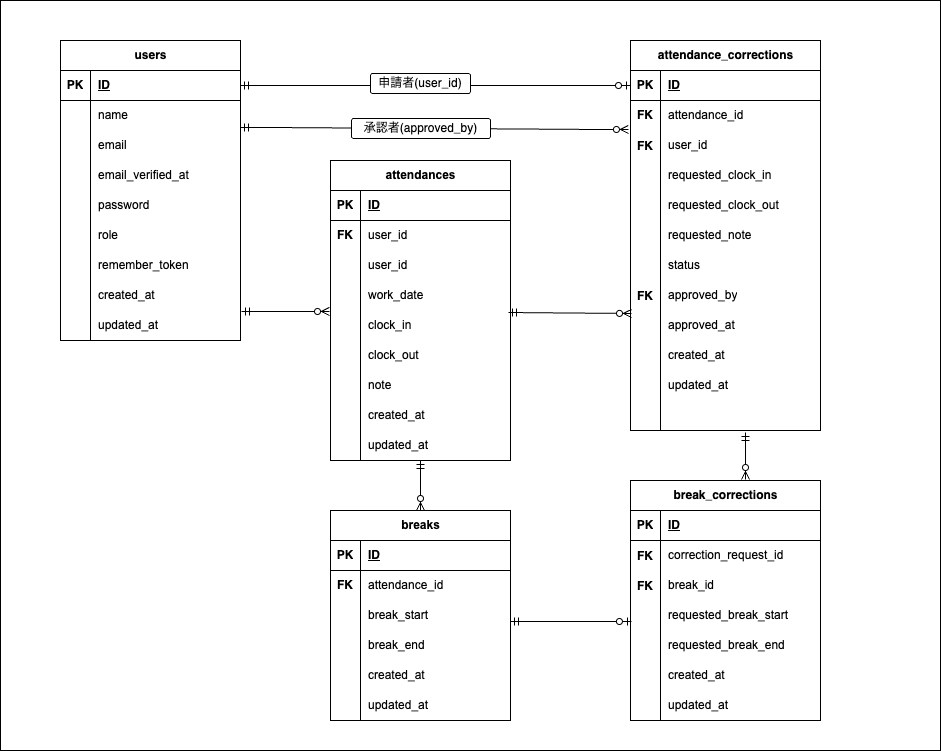
This is src/er.drawio.png from neuro-chan/attendance-app, a draw.io export, as it was before one commit. Source tidied: cells renumbered, new cells last; positions are measured from the earlier drawing's top-left corner, leaving out a move shared by most shapes.
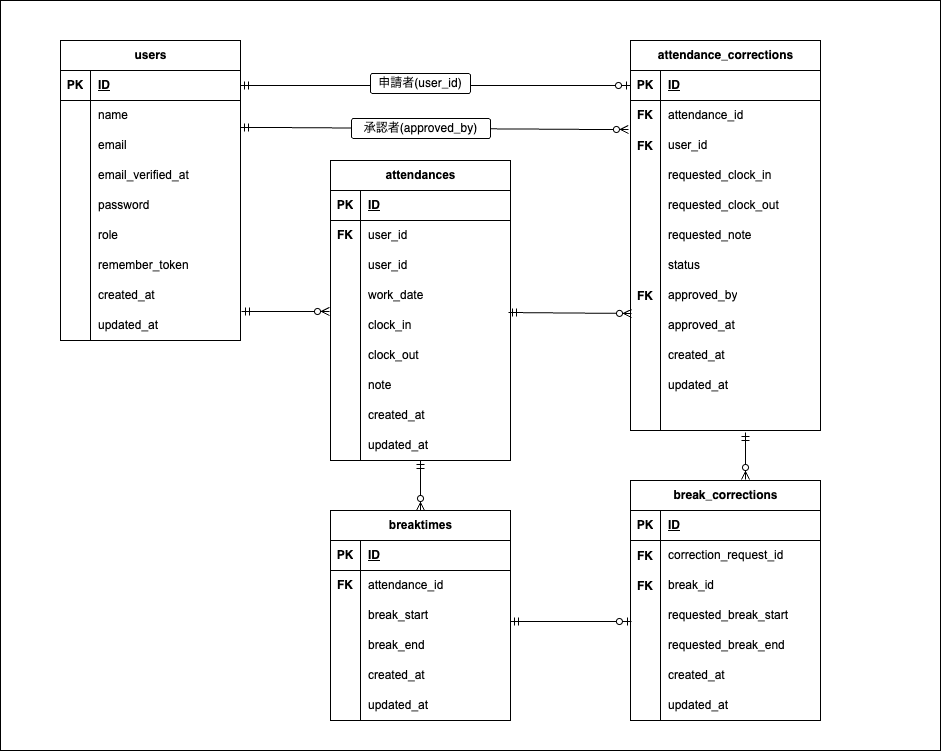
The same file after the commit.

Diff of the diagram source:
```diff
@@ -173,7 +173,7 @@
     <mxCell id="58" value="&lt;span style=&quot;color: rgb(0, 0, 0); font-size: 9pt; font-family: Arial;&quot;&gt;updated_at&lt;/span&gt;" style="shape=partialRectangle;fillColor=none;top=0;left=0;bottom=0;right=0;align=left;spacingLeft=6;overflow=hidden;whiteSpace=wrap;html=1;" parent="56" vertex="1">
       <mxGeometry x="30" width="150" height="30" as="geometry" />
     </mxCell>
-    <mxCell id="59" value="&lt;span style=&quot;color: rgb(0, 0, 0); text-align: start; text-wrap-mode: wrap; font-size: 9pt; font-family: Arial;&quot;&gt;breaks&lt;/span&gt;" style="shape=table;startSize=30;rowLines=0;fontStyle=1;align=center;html=1;" parent="1" vertex="1">
+    <mxCell id="59" value="&lt;span style=&quot;color: rgb(0, 0, 0); text-align: start; text-wrap-mode: wrap; font-size: 9pt; font-family: Arial;&quot;&gt;breaktimes&lt;/span&gt;" style="shape=table;startSize=30;rowLines=0;fontStyle=1;align=center;html=1;" parent="1" vertex="1">
       <mxGeometry x="330" y="510" width="180" height="210" as="geometry" />
     </mxCell>
     <mxCell id="60" style="shape=tableRow;horizontal=0;startSize=0;swimlaneHead=0;swimlaneBody=0;fillColor=none;top=0;left=0;right=0;bottom=1;" parent="59" vertex="1">
```
